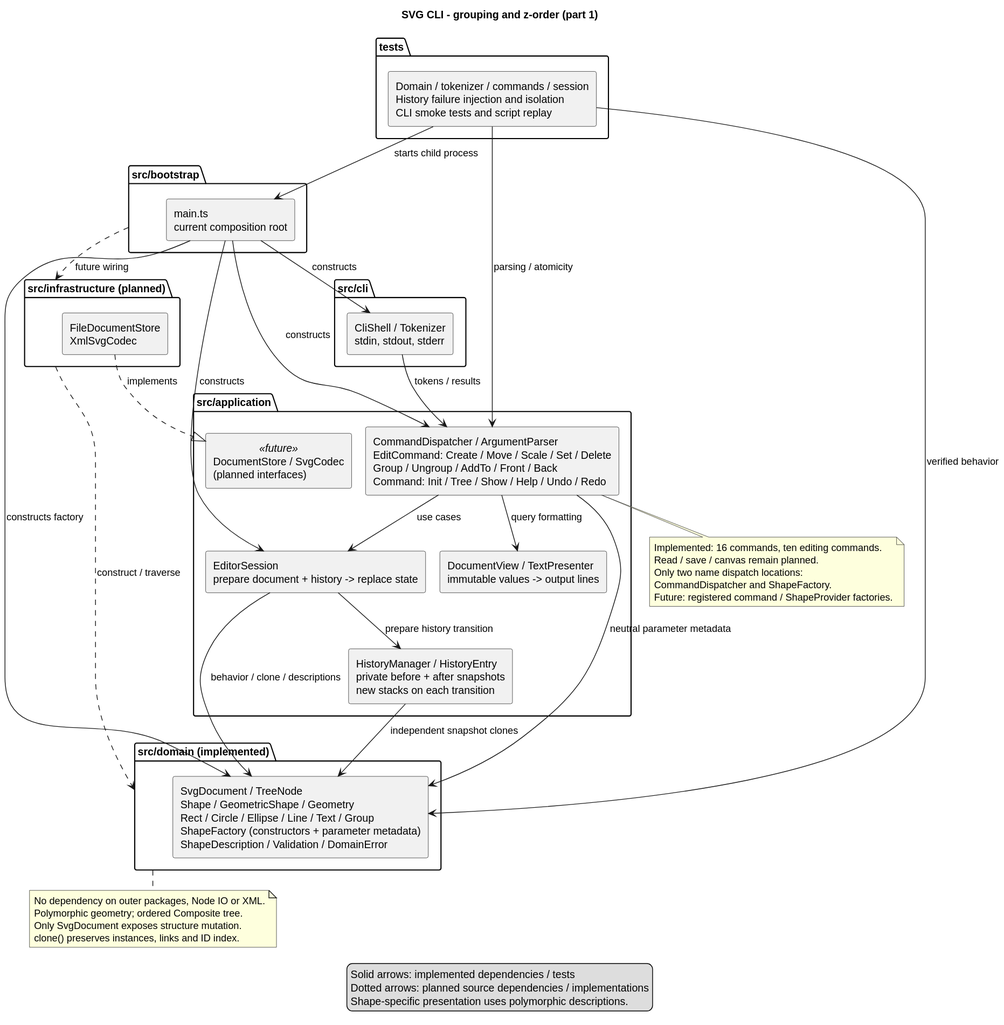
This is doc/architecture.svg from arcflute/svg-editor-cli, a PlantUML export, as it was before one commit.
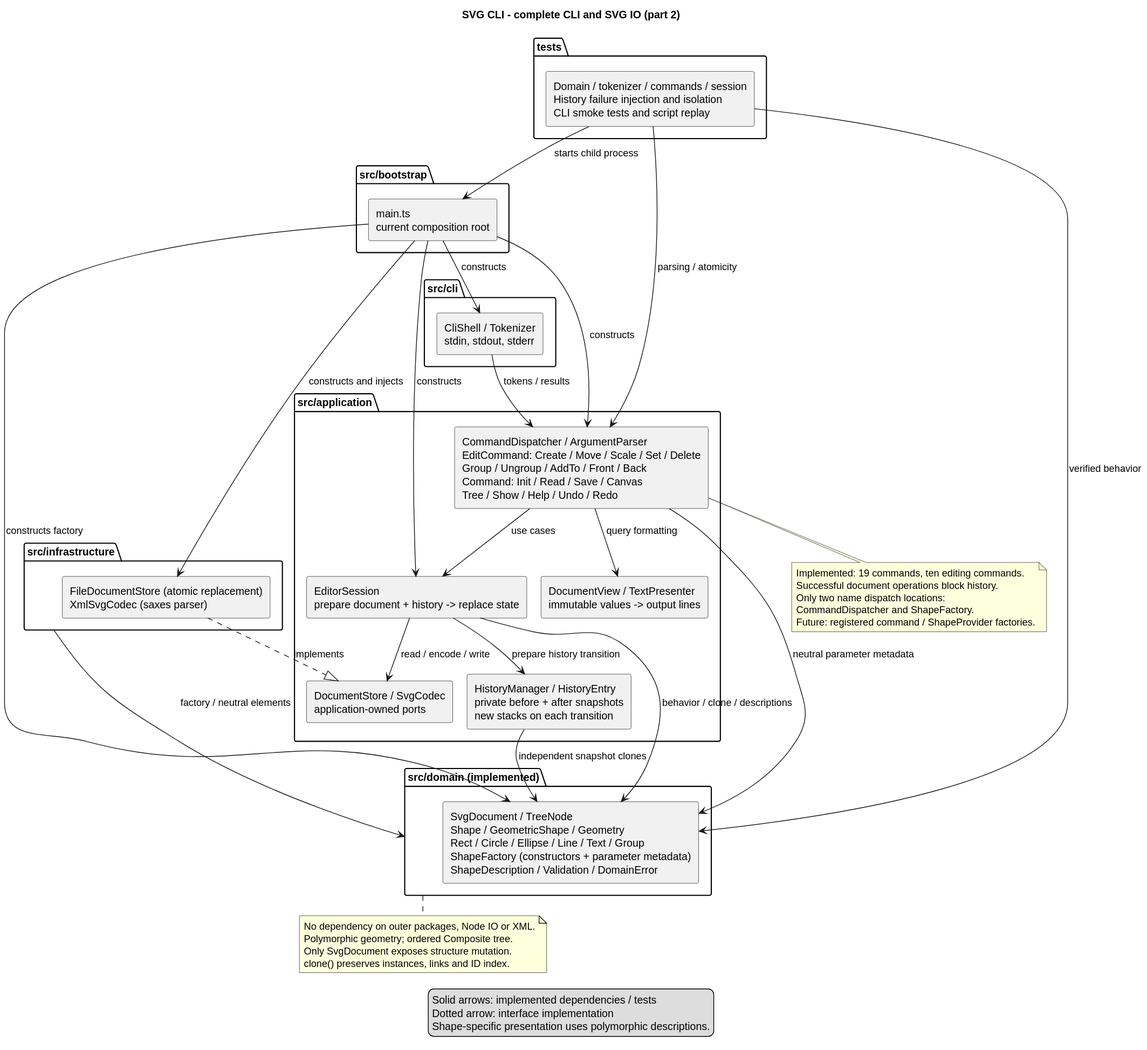
The same diagram one commit later.

What changed in the source:
```diff
@@ -1,6 +1,6 @@
 @startuml
 !pragma layout smetana
-title SVG CLI - grouping and z-order (part 1)
+title SVG CLI - complete CLI and SVG IO (part 2)
 skinparam componentStyle rectangle
 skinparam shadowing false
 
@@ -11,17 +11,17 @@
   component "CliShell / Tokenizer\nstdin, stdout, stderr" as Shell
 }
 package "src/application" as Application {
-  component "CommandDispatcher / ArgumentParser\nEditCommand: Create / Move / Scale / Set / Delete\nGroup / Ungroup / AddTo / Front / Back\nCommand: Init / Tree / Show / Help / Undo / Redo" as Commands
+  component "CommandDispatcher / ArgumentParser\nEditCommand: Create / Move / Scale / Set / Delete\nGroup / Ungroup / AddTo / Front / Back\nCommand: Init / Read / Save / Canvas\nTree / Show / Help / Undo / Redo" as Commands
   component "EditorSession\nprepare document + history -> replace state" as Session
   component "HistoryManager / HistoryEntry\nprivate before + after snapshots\nnew stacks on each transition" as History
   component "DocumentView / TextPresenter\nimmutable values -> output lines" as Presentation
-  component "DocumentStore / SvgCodec\n(planned interfaces)" as Ports <<future>>
+  component "DocumentStore / SvgCodec\napplication-owned ports" as Ports
 }
 package "src/domain (implemented)" as Domain {
   component "SvgDocument / TreeNode\nShape / GeometricShape / Geometry\nRect / Circle / Ellipse / Line / Text / Group\nShapeFactory (constructors + parameter metadata)\nShapeDescription / Validation / DomainError" as Model
 }
-package "src/infrastructure (planned)" as Infrastructure {
-  component "FileDocumentStore\nXmlSvgCodec" as Adapters
+package "src/infrastructure" as Infrastructure {
+  component "FileDocumentStore (atomic replacement)\nXmlSvgCodec (saxes parser)" as Adapters
 }
 package "tests" as Tests {
   component "Domain / tokenizer / commands / session\nHistory failure injection and isolation\nCLI smoke tests and script replay" as Checks
@@ -31,7 +31,7 @@
 Main --> Commands : constructs
 Main --> Session : constructs
 Main --> Model : constructs factory
-Bootstrap ..> Infrastructure : future wiring
+Main --> Adapters : constructs and injects
 Shell --> Commands : tokens / results
 Commands --> Session : use cases
 Commands --> Presentation : query formatting
@@ -40,7 +40,8 @@
 History --> Model : independent snapshot clones
 Commands --> Model : neutral parameter metadata
 Adapters ..|> Ports : implements
-Infrastructure ..> Domain : construct / traverse
+Session --> Ports : read / encode / write
+Infrastructure --> Domain : factory / neutral elements
 Checks --> Model : verified behavior
 Checks --> Commands : parsing / atomicity
 Checks --> Main : starts child process
@@ -52,15 +53,15 @@
   clone() preserves instances, links and ID index.
 end note
 note bottom of Commands
-  Implemented: 16 commands, ten editing commands.
-  Read / save / canvas remain planned.
+  Implemented: 19 commands, ten editing commands.
+  Successful document operations block history.
   Only two name dispatch locations:
   CommandDispatcher and ShapeFactory.
   Future: registered command / ShapeProvider factories.
 end note
 legend bottom
   Solid arrows: implemented dependencies / tests
-  Dotted arrows: planned source dependencies / implementations
+  Dotted arrow: interface implementation
   Shape-specific presentation uses polymorphic descriptions.
 endlegend
 @enduml
```
